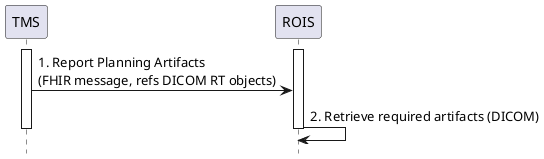
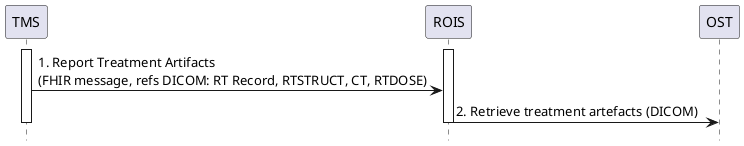
@startuml
skinparam svgDimensionStyle true
hide footbox
participant "TMS" as TMS
participant "ROIS" as ROIS
+ participant "OST" as OST
activate TMS
activate ROIS
- TMS -> ROIS : 1. Report Planning Artifacts\n(FHIR message, refs DICOM RT objects)
- ROIS -> ROIS : 2. Retrieve required artifacts (DICOM)
+ TMS -> ROIS : 1. Report Treatment Artifacts\n(FHIR message, refs DICOM: RT Record, RTSTRUCT, CT, RTDOSE)
+ ROIS -> OST : 2. Retrieve treatment artefacts (DICOM)
deactivate TMS
deactivate ROIS
@enduml
